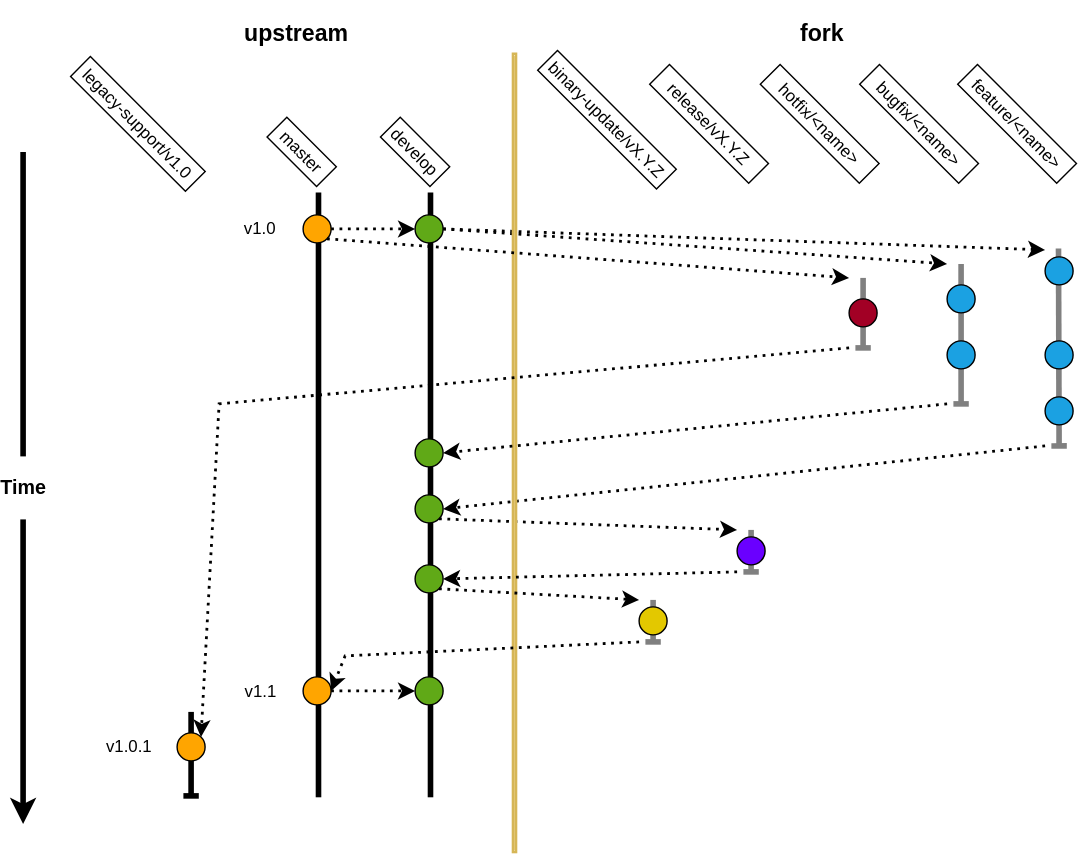
Above: docs/figs/git_branch_structure_legacy_support.svg in ACCORD-NWP/tactus (draw.io), before the change. Source tidied: cells renumbered, new cells last; positions are measured from the earlier drawing's top-left corner, leaving out a move shared by most shapes.
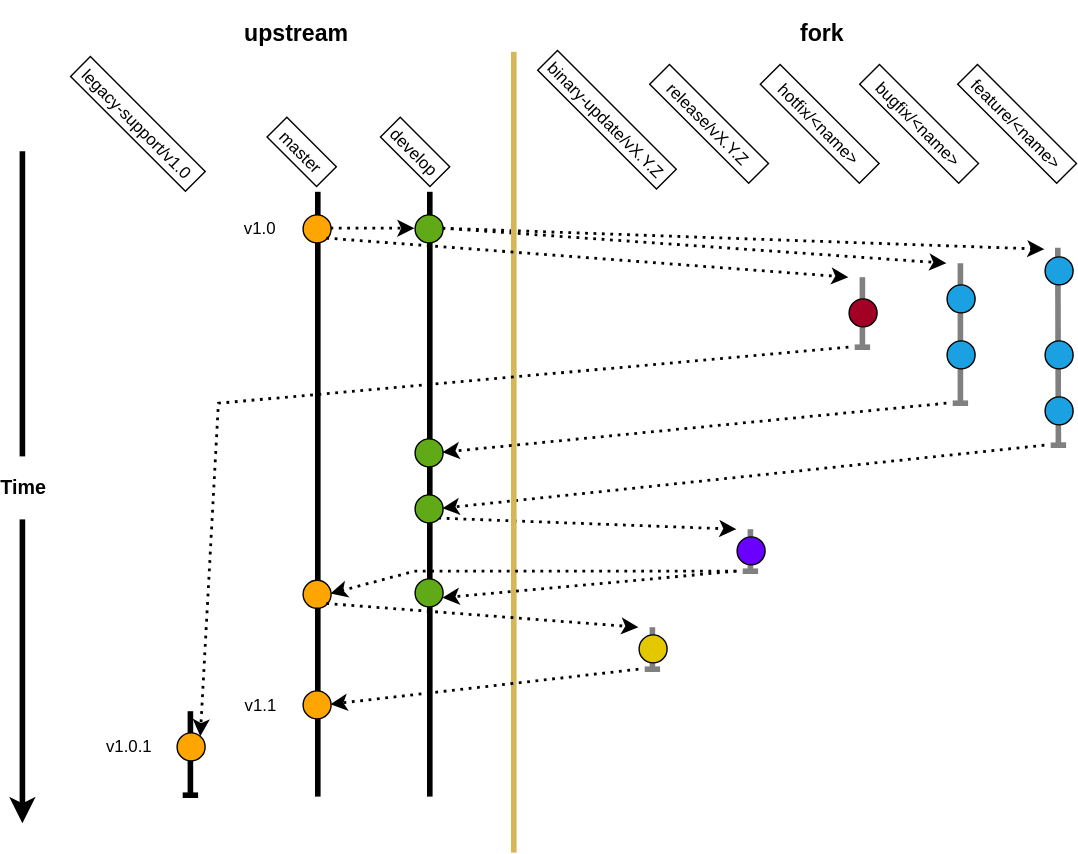
The same diagram one commit later.

Commit message:
Adjust git branch structure to make PRs from release/vX.Y.Z branches merge to master. (#1585)

What changed in the source:
```diff
@@ -2,30 +2,30 @@
   <root>
     <mxCell id="0" />
     <mxCell id="1" parent="0" />
-    <mxCell id="2" style="endArrow=none;html=1;rounded=0;strokeColor=#000000;strokeWidth=4;align=center;verticalAlign=middle;fontFamily=Helvetica;fontSize=11;fontColor=default;labelBackgroundColor=default;endFill=0;startArrow=baseDash;startFill=0;" parent="1" edge="1">
-      <mxGeometry relative="1" as="geometry">
-        <mxPoint x="120" y="560" as="sourcePoint" />
-        <mxPoint x="120" y="500" as="targetPoint" />
-      </mxGeometry>
-    </mxCell>
-    <mxCell id="3" style="endArrow=none;html=1;rounded=0;strokeColor=#808080;strokeWidth=4;align=center;verticalAlign=middle;fontFamily=Helvetica;fontSize=11;fontColor=default;labelBackgroundColor=default;startArrow=baseDash;startFill=0;endFill=0;" parent="1" edge="1">
-      <mxGeometry relative="1" as="geometry">
-        <mxPoint x="600" y="240" as="sourcePoint" />
-        <mxPoint x="600" y="190" as="targetPoint" />
-      </mxGeometry>
-    </mxCell>
-    <mxCell id="4" style="endArrow=none;html=1;rounded=0;strokeColor=#808080;strokeWidth=4;align=center;verticalAlign=middle;fontFamily=Helvetica;fontSize=11;fontColor=default;labelBackgroundColor=default;endFill=0;startArrow=baseDash;startFill=0;" parent="1" edge="1">
-      <mxGeometry relative="1" as="geometry">
-        <mxPoint x="740" y="310" as="sourcePoint" />
-        <mxPoint x="739.6" y="169" as="targetPoint" />
-      </mxGeometry>
-    </mxCell>
-    <mxCell id="5" style="endArrow=none;html=1;rounded=0;strokeColor=#808080;strokeWidth=4;align=center;verticalAlign=middle;fontFamily=Helvetica;fontSize=11;fontColor=default;labelBackgroundColor=default;startArrow=baseDash;startFill=0;endFill=0;" parent="1" edge="1">
-      <mxGeometry relative="1" as="geometry">
-        <mxPoint x="670" y="280" as="sourcePoint" />
-        <mxPoint x="670" y="180" as="targetPoint" />
-      </mxGeometry>
-    </mxCell>
+    <mxCell id="53" style="endArrow=none;html=1;rounded=0;strokeColor=#000000;strokeWidth=4;align=center;verticalAlign=middle;fontFamily=Helvetica;fontSize=11;fontColor=default;labelBackgroundColor=default;endFill=0;startArrow=baseDash;startFill=0;" parent="1" edge="1">
+      <mxGeometry relative="1" as="geometry">
+        <mxPoint x="120" y="560" as="sourcePoint" />
+        <mxPoint x="120" y="500" as="targetPoint" />
+      </mxGeometry>
+    </mxCell>
+    <mxCell id="54" style="endArrow=none;html=1;rounded=0;strokeColor=#808080;strokeWidth=4;align=center;verticalAlign=middle;fontFamily=Helvetica;fontSize=11;fontColor=default;labelBackgroundColor=default;startArrow=baseDash;startFill=0;endFill=0;" parent="1" edge="1">
+      <mxGeometry relative="1" as="geometry">
+        <mxPoint x="600" y="240" as="sourcePoint" />
+        <mxPoint x="600" y="190" as="targetPoint" />
+      </mxGeometry>
+    </mxCell>
+    <mxCell id="55" style="endArrow=none;html=1;rounded=0;strokeColor=#808080;strokeWidth=4;align=center;verticalAlign=middle;fontFamily=Helvetica;fontSize=11;fontColor=default;labelBackgroundColor=default;endFill=0;startArrow=baseDash;startFill=0;" parent="1" edge="1">
+      <mxGeometry relative="1" as="geometry">
+        <mxPoint x="740" y="310" as="sourcePoint" />
+        <mxPoint x="739.6" y="169" as="targetPoint" />
+      </mxGeometry>
+    </mxCell>
+    <mxCell id="56" style="endArrow=none;html=1;rounded=0;strokeColor=#808080;strokeWidth=4;align=center;verticalAlign=middle;fontFamily=Helvetica;fontSize=11;fontColor=default;labelBackgroundColor=default;startArrow=baseDash;startFill=0;endFill=0;" parent="1" edge="1">
+      <mxGeometry relative="1" as="geometry">
+        <mxPoint x="670" y="280" as="sourcePoint" />
+        <mxPoint x="670" y="180" as="targetPoint" />
+      </mxGeometry>
+    </mxCell>
     <mxCell id="6" value="master" style="textColor=#0000FF;fontSize=12;rotation=45;" parent="1" vertex="1">
       <mxGeometry x="174" y="90" width="50" height="20" as="geometry" />
     </mxCell>
@@ -44,29 +44,29 @@
     <mxCell id="11" value="feature/&lt;name&gt;" style="textColor=#0000FF;fontSize=12;rotation=45;" parent="1" vertex="1">
       <mxGeometry x="660" y="70" width="100" height="20" as="geometry" />
     </mxCell>
-    <mxCell id="12" style="rounded=0;jettySize=auto;html=1;exitX=1;exitY=0.5;exitDx=0;exitDy=0;dashed=1;dashPattern=1 2;strokeColor=default;strokeWidth=2;align=center;verticalAlign=middle;fontFamily=Helvetica;fontSize=11;fontColor=default;labelBackgroundColor=default;endArrow=classic;" parent="1" edge="1" source="14">
-      <mxGeometry relative="1" as="geometry">
-        <mxPoint x="660" y="180" as="targetPoint" />
-      </mxGeometry>
-    </mxCell>
-    <mxCell id="13" style="edgeStyle=none;shape=connector;rounded=0;jettySize=auto;html=1;exitX=1;exitY=0.5;exitDx=0;exitDy=0;dashed=1;dashPattern=1 2;strokeColor=default;strokeWidth=2;align=center;verticalAlign=middle;fontFamily=Helvetica;fontSize=11;fontColor=default;labelBackgroundColor=default;endArrow=classic;" parent="1" edge="1" source="14">
-      <mxGeometry relative="1" as="geometry">
-        <mxPoint x="730" y="170" as="targetPoint" />
-      </mxGeometry>
-    </mxCell>
+    <mxCell id="57" style="rounded=0;jettySize=auto;html=1;exitX=1;exitY=0.5;exitDx=0;exitDy=0;dashed=1;dashPattern=1 2;strokeColor=default;strokeWidth=2;align=center;verticalAlign=middle;fontFamily=Helvetica;fontSize=11;fontColor=default;labelBackgroundColor=default;endArrow=classic;" parent="1" edge="1" source="14">
+      <mxGeometry relative="1" as="geometry">
+        <mxPoint x="660" y="180" as="targetPoint" />
+      </mxGeometry>
+    </mxCell>
+    <mxCell id="58" style="edgeStyle=none;shape=connector;rounded=0;jettySize=auto;html=1;exitX=1;exitY=0.5;exitDx=0;exitDy=0;dashed=1;dashPattern=1 2;strokeColor=default;strokeWidth=2;align=center;verticalAlign=middle;fontFamily=Helvetica;fontSize=11;fontColor=default;labelBackgroundColor=default;endArrow=classic;" parent="1" edge="1" source="14">
+      <mxGeometry relative="1" as="geometry">
+        <mxPoint x="730" y="170" as="targetPoint" />
+      </mxGeometry>
+    </mxCell>
     <mxCell id="14" style="ellipse;fillColor=#60a917;strokeColor=#000000;fontColor=#ffffff;" parent="1" vertex="1">
       <mxGeometry x="280" y="145" width="20" height="20" as="geometry" />
     </mxCell>
-    <mxCell id="15" style="edgeStyle=none;shape=connector;rounded=0;jettySize=auto;html=1;dashed=1;dashPattern=1 2;strokeColor=default;strokeWidth=2;align=center;verticalAlign=middle;fontFamily=Helvetica;fontSize=11;fontColor=default;labelBackgroundColor=default;endArrow=classic;entryX=1;entryY=0.5;entryDx=0;entryDy=0;" parent="1" edge="1" target="17">
-      <mxGeometry relative="1" as="geometry">
-        <mxPoint x="730" y="310" as="sourcePoint" />
-      </mxGeometry>
-    </mxCell>
-    <mxCell id="16" style="edgeStyle=none;shape=connector;rounded=0;jettySize=auto;html=1;exitX=1;exitY=1;exitDx=0;exitDy=0;dashed=1;dashPattern=1 2;strokeColor=default;strokeWidth=2;align=center;verticalAlign=middle;fontFamily=Helvetica;fontSize=11;fontColor=default;labelBackgroundColor=default;endArrow=classic;" parent="1" edge="1" source="17">
-      <mxGeometry relative="1" as="geometry">
-        <mxPoint x="510" y="370" as="targetPoint" />
-      </mxGeometry>
-    </mxCell>
+    <mxCell id="59" style="edgeStyle=none;shape=connector;rounded=0;jettySize=auto;html=1;dashed=1;dashPattern=1 2;strokeColor=default;strokeWidth=2;align=center;verticalAlign=middle;fontFamily=Helvetica;fontSize=11;fontColor=default;labelBackgroundColor=default;endArrow=classic;entryX=1;entryY=0.5;entryDx=0;entryDy=0;" parent="1" edge="1" target="17">
+      <mxGeometry relative="1" as="geometry">
+        <mxPoint x="730" y="310" as="sourcePoint" />
+      </mxGeometry>
+    </mxCell>
+    <mxCell id="60" style="edgeStyle=none;shape=connector;rounded=0;jettySize=auto;html=1;exitX=1;exitY=1;exitDx=0;exitDy=0;dashed=1;dashPattern=1 2;strokeColor=default;strokeWidth=2;align=center;verticalAlign=middle;fontFamily=Helvetica;fontSize=11;fontColor=default;labelBackgroundColor=default;endArrow=classic;" parent="1" edge="1" source="17">
+      <mxGeometry relative="1" as="geometry">
+        <mxPoint x="510" y="370" as="targetPoint" />
+      </mxGeometry>
+    </mxCell>
     <mxCell id="17" style="ellipse;fillColor=#60a917;strokeColor=#000000;fontColor=#ffffff;" parent="1" vertex="1">
       <mxGeometry x="280" y="345" width="20" height="20" as="geometry" />
     </mxCell>
@@ -115,16 +115,16 @@
     <mxCell id="31" style="ellipse;fillColor=#a20025;strokeColor=#000000;fontColor=#ffffff;" parent="1" vertex="1">
       <mxGeometry x="590" y="205" width="20" height="20" as="geometry" />
     </mxCell>
-    <mxCell id="32" style="rounded=0;jettySize=auto;html=1;exitX=1;exitY=1;exitDx=0;exitDy=0;dashed=1;dashPattern=1 2;strokeWidth=2;" parent="1" edge="1" source="21">
-      <mxGeometry relative="1" as="geometry">
-        <mxPoint x="590" y="190" as="targetPoint" />
-      </mxGeometry>
-    </mxCell>
-    <mxCell id="33" style="edgeStyle=none;shape=connector;rounded=0;jettySize=auto;html=1;dashed=1;dashPattern=1 2;strokeColor=default;strokeWidth=2;align=center;verticalAlign=middle;fontFamily=Helvetica;fontSize=11;fontColor=default;labelBackgroundColor=default;endArrow=classic;entryX=1;entryY=0.5;entryDx=0;entryDy=0;" parent="1" edge="1" target="34">
-      <mxGeometry relative="1" as="geometry">
-        <mxPoint x="660" y="280" as="sourcePoint" />
-      </mxGeometry>
-    </mxCell>
+    <mxCell id="61" style="rounded=0;jettySize=auto;html=1;exitX=1;exitY=1;exitDx=0;exitDy=0;dashed=1;dashPattern=1 2;strokeWidth=2;" parent="1" edge="1" source="21">
+      <mxGeometry relative="1" as="geometry">
+        <mxPoint x="590" y="190" as="targetPoint" />
+      </mxGeometry>
+    </mxCell>
+    <mxCell id="62" style="edgeStyle=none;shape=connector;rounded=0;jettySize=auto;html=1;dashed=1;dashPattern=1 2;strokeColor=default;strokeWidth=2;align=center;verticalAlign=middle;fontFamily=Helvetica;fontSize=11;fontColor=default;labelBackgroundColor=default;endArrow=classic;entryX=1;entryY=0.5;entryDx=0;entryDy=0;" parent="1" edge="1" target="34">
+      <mxGeometry relative="1" as="geometry">
+        <mxPoint x="660" y="280" as="sourcePoint" />
+      </mxGeometry>
+    </mxCell>
     <mxCell id="34" style="ellipse;fillColor=#60a917;strokeColor=#000000;fontColor=#ffffff;" parent="1" vertex="1">
       <mxGeometry x="280" y="305" width="20" height="20" as="geometry" />
     </mxCell>
@@ -137,70 +137,72 @@
     <mxCell id="37" value="legacy-support/v1.0" style="textColor=#0000FF;fontSize=12;rotation=45;" parent="1" vertex="1">
       <mxGeometry x="24" y="70" width="116" height="20" as="geometry" />
     </mxCell>
-    <mxCell id="38" style="edgeStyle=none;shape=connector;rounded=0;jettySize=auto;html=1;dashed=1;dashPattern=1 2;strokeColor=default;strokeWidth=2;align=center;verticalAlign=middle;fontFamily=Helvetica;fontSize=11;fontColor=default;labelBackgroundColor=default;endArrow=classic;entryX=1;entryY=0;entryDx=0;entryDy=0;" parent="1" edge="1" target="22">
-      <mxGeometry relative="1" as="geometry">
-        <mxPoint x="590" y="240" as="sourcePoint" />
-        <Array as="points">
-          <mxPoint x="140" y="280" />
-        </Array>
-      </mxGeometry>
-    </mxCell>
+    <mxCell id="63" style="edgeStyle=none;shape=connector;rounded=0;jettySize=auto;html=1;dashed=1;dashPattern=1 2;strokeColor=default;strokeWidth=2;align=center;verticalAlign=middle;fontFamily=Helvetica;fontSize=11;fontColor=default;labelBackgroundColor=default;endArrow=classic;entryX=1;entryY=0;entryDx=0;entryDy=0;" parent="1" edge="1" target="22">
+      <mxGeometry relative="1" as="geometry">
+        <mxPoint x="590" y="240" as="sourcePoint" />
+        <Array as="points">
+          <mxPoint x="140" y="280" />
+        </Array>
+      </mxGeometry>
+    </mxCell>
     <mxCell id="39" value="release/vX.Y.Z" style="textColor=#0000FF;fontSize=12;rotation=45;" parent="1" vertex="1">
       <mxGeometry x="440" y="70" width="100" height="20" as="geometry" />
     </mxCell>
-    <mxCell id="40" style="endArrow=none;html=1;rounded=0;strokeColor=#808080;strokeWidth=4;align=center;verticalAlign=middle;fontFamily=Helvetica;fontSize=11;fontColor=default;labelBackgroundColor=default;startArrow=baseDash;startFill=0;endFill=0;" parent="1" edge="1">
-      <mxGeometry relative="1" as="geometry">
-        <mxPoint x="520" y="400" as="sourcePoint" />
-        <mxPoint x="520" y="370" as="targetPoint" />
-      </mxGeometry>
-    </mxCell>
+    <mxCell id="64" style="endArrow=none;html=1;rounded=0;strokeColor=#808080;strokeWidth=4;align=center;verticalAlign=middle;fontFamily=Helvetica;fontSize=11;fontColor=default;labelBackgroundColor=default;startArrow=baseDash;startFill=0;endFill=0;" parent="1" edge="1">
+      <mxGeometry relative="1" as="geometry">
+        <mxPoint x="520" y="400" as="sourcePoint" />
+        <mxPoint x="520" y="370" as="targetPoint" />
+      </mxGeometry>
+    </mxCell>
     <mxCell id="41" style="ellipse;fillColor=#6a00ff;strokeColor=#000000;fontColor=#ffffff;" parent="1" vertex="1">
       <mxGeometry x="510" y="375" width="20" height="20" as="geometry" />
     </mxCell>
-    <mxCell id="42" style="edgeStyle=none;shape=connector;rounded=0;jettySize=auto;html=1;dashed=1;dashPattern=1 2;strokeColor=default;strokeWidth=2;align=center;verticalAlign=middle;fontFamily=Helvetica;fontSize=11;fontColor=default;labelBackgroundColor=default;endArrow=classic;entryX=1;entryY=0.5;entryDx=0;entryDy=0;" parent="1" edge="1" target="43">
-      <mxGeometry relative="1" as="geometry">
-        <mxPoint x="510" y="400" as="sourcePoint" />
-      </mxGeometry>
-    </mxCell>
-    <mxCell id="43" style="ellipse;fillColor=#60a917;strokeColor=#000000;fontColor=#ffffff;" parent="1" vertex="1">
-      <mxGeometry x="280" y="395" width="20" height="20" as="geometry" />
-    </mxCell>
-    <mxCell id="44" style="edgeStyle=none;shape=connector;rounded=0;jettySize=auto;html=1;exitX=1;exitY=1;exitDx=0;exitDy=0;dashed=1;dashPattern=1 2;strokeColor=default;strokeWidth=2;align=center;verticalAlign=middle;fontFamily=Helvetica;fontSize=11;fontColor=default;labelBackgroundColor=default;endArrow=classic;" parent="1" edge="1" source="43">
-      <mxGeometry relative="1" as="geometry">
-        <mxPoint x="440" y="420" as="targetPoint" />
-      </mxGeometry>
-    </mxCell>
-    <mxCell id="45" style="endArrow=none;html=1;rounded=0;strokeColor=#808080;strokeWidth=4;align=center;verticalAlign=middle;fontFamily=Helvetica;fontSize=11;fontColor=default;labelBackgroundColor=default;startArrow=baseDash;startFill=0;endFill=0;" parent="1" edge="1">
-      <mxGeometry relative="1" as="geometry">
-        <mxPoint x="450" y="450" as="sourcePoint" />
-        <mxPoint x="450" y="420" as="targetPoint" />
-      </mxGeometry>
-    </mxCell>
-    <mxCell id="46" style="ellipse;fillColor=#e3c800;strokeColor=#000000;fontColor=#000000;" parent="1" vertex="1">
-      <mxGeometry x="440" y="425" width="20" height="20" as="geometry" />
-    </mxCell>
-    <mxCell id="47" style="edgeStyle=none;shape=connector;rounded=0;jettySize=auto;html=1;entryX=1;entryY=0.5;entryDx=0;entryDy=0;dashed=1;dashPattern=1 2;strokeColor=default;strokeWidth=2;align=center;verticalAlign=middle;fontFamily=Helvetica;fontSize=11;fontColor=default;labelBackgroundColor=default;endArrow=classic;" parent="1" edge="1" target="49">
-      <mxGeometry relative="1" as="geometry">
-        <mxPoint x="440" y="450" as="sourcePoint" />
-        <Array as="points">
-          <mxPoint x="230" y="460" />
-        </Array>
-      </mxGeometry>
-    </mxCell>
-    <mxCell id="48" style="edgeStyle=none;shape=connector;rounded=0;jettySize=auto;html=1;exitX=1;exitY=0.5;exitDx=0;exitDy=0;entryX=0;entryY=0.5;entryDx=0;entryDy=0;dashed=1;dashPattern=1 2;strokeColor=default;strokeWidth=2;align=center;verticalAlign=middle;fontFamily=Helvetica;fontSize=11;fontColor=default;labelBackgroundColor=default;endArrow=classic;" parent="1" edge="1" source="49" target="51">
-      <mxGeometry relative="1" as="geometry" />
-    </mxCell>
-    <mxCell id="49" style="ellipse;fillColor=#FFA500;strokeColor=#000000;" parent="1" vertex="1">
-      <mxGeometry x="200" y="475" width="20" height="20" as="geometry" />
-    </mxCell>
+    <mxCell id="65" style="edgeStyle=none;shape=connector;rounded=0;jettySize=auto;html=1;dashed=1;dashPattern=1 2;strokeColor=default;strokeWidth=2;align=center;verticalAlign=middle;fontFamily=Helvetica;fontSize=11;fontColor=default;labelBackgroundColor=default;endArrow=classic;entryX=1;entryY=0.5;entryDx=0;entryDy=0;" parent="1" edge="1" target="71">
+      <mxGeometry relative="1" as="geometry">
+        <mxPoint x="510" y="400" as="sourcePoint" />
+        <Array as="points">
+          <mxPoint x="280" y="400" />
+        </Array>
+      </mxGeometry>
+    </mxCell>
+    <mxCell id="66" style="edgeStyle=none;shape=connector;rounded=0;jettySize=auto;html=1;dashed=1;dashPattern=1 2;strokeColor=default;strokeWidth=2;align=center;verticalAlign=middle;fontFamily=Helvetica;fontSize=11;fontColor=default;labelBackgroundColor=default;endArrow=classic;entryX=1;entryY=0.7;entryDx=0;entryDy=0;entryPerimeter=0;" parent="1" edge="1" target="72">
+      <mxGeometry relative="1" as="geometry">
+        <mxPoint x="510" y="400" as="sourcePoint" />
+      </mxGeometry>
+    </mxCell>
+    <mxCell id="67" style="endArrow=none;html=1;rounded=0;strokeColor=#808080;strokeWidth=4;align=center;verticalAlign=middle;fontFamily=Helvetica;fontSize=11;fontColor=default;labelBackgroundColor=default;startArrow=baseDash;startFill=0;endFill=0;" parent="1" edge="1">
+      <mxGeometry relative="1" as="geometry">
+        <mxPoint x="450" y="470" as="sourcePoint" />
+        <mxPoint x="450" y="440" as="targetPoint" />
+      </mxGeometry>
+    </mxCell>
+    <mxCell id="68" style="ellipse;fillColor=#e3c800;strokeColor=#000000;fontColor=#000000;" parent="1" vertex="1">
+      <mxGeometry x="440" y="445" width="20" height="20" as="geometry" />
+    </mxCell>
+    <mxCell id="69" style="edgeStyle=none;shape=connector;rounded=0;jettySize=auto;html=1;entryX=1;entryY=0.5;entryDx=0;entryDy=0;dashed=1;dashPattern=1 2;strokeColor=default;strokeWidth=2;align=center;verticalAlign=middle;fontFamily=Helvetica;fontSize=11;fontColor=default;labelBackgroundColor=default;endArrow=classic;" parent="1" edge="1" target="70">
+      <mxGeometry relative="1" as="geometry">
+        <mxPoint x="440" y="470" as="sourcePoint" />
+      </mxGeometry>
+    </mxCell>
+    <mxCell id="70" style="ellipse;fillColor=#FFA500;strokeColor=#000000;" parent="1" vertex="1">
+      <mxGeometry x="200" y="485" width="20" height="20" as="geometry" />
+    </mxCell>
     <mxCell id="50" value="v1.1" style="text;html=1;align=center;verticalAlign=middle;whiteSpace=wrap;rounded=0;" parent="1" vertex="1">
-      <mxGeometry x="140" y="471" width="60" height="30" as="geometry" />
+      <mxGeometry x="140" y="481" width="60" height="30" as="geometry" />
     </mxCell>
-    <mxCell id="51" style="ellipse;fillColor=#60a917;strokeColor=#000000;fontColor=#ffffff;" parent="1" vertex="1">
-      <mxGeometry x="280" y="475" width="20" height="20" as="geometry" />
-    </mxCell>
     <mxCell id="52" value="binary-update/vX.Y.Z" style="textColor=#0000FF;fontSize=12;rotation=45;" parent="1" vertex="1">
       <mxGeometry x="357.1" y="67.1" width="120" height="20" as="geometry" />
     </mxCell>
+    <mxCell id="71" style="ellipse;fillColor=#FFA500;strokeColor=#000000;" parent="1" vertex="1">
+      <mxGeometry x="200" y="406" width="20" height="20" as="geometry" />
+    </mxCell>
+    <mxCell id="72" style="ellipse;fillColor=#60a917;strokeColor=#000000;fontColor=#ffffff;" parent="1" vertex="1">
+      <mxGeometry x="280" y="405" width="20" height="20" as="geometry" />
+    </mxCell>
+    <mxCell id="73" style="edgeStyle=none;shape=connector;rounded=0;jettySize=auto;html=1;dashed=1;dashPattern=1 2;strokeColor=default;strokeWidth=2;align=center;verticalAlign=middle;fontFamily=Helvetica;fontSize=11;fontColor=default;labelBackgroundColor=default;endArrow=classic;exitX=1;exitY=1;exitDx=0;exitDy=0;" parent="1" edge="1" source="71">
+      <mxGeometry relative="1" as="geometry">
+        <mxPoint x="440" y="440" as="targetPoint" />
+      </mxGeometry>
+    </mxCell>
   </root>
 </mxGraphModel>
```
